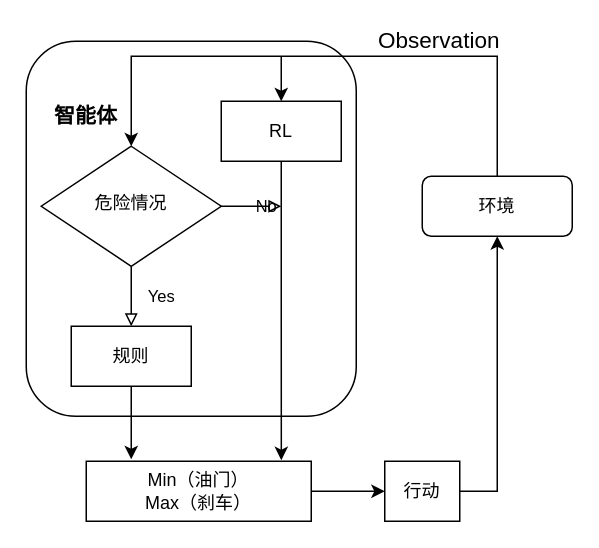
Above: Untitled Diagram.drawio in rainbow9981/hello-word (draw.io), before the change. Source tidied: cells renumbered, new cells numbered last; positions are measured from the earlier drawing's top-left corner, leaving out a move shared by most shapes. Both pictures are drawn from the tidied source at 150%, with x=0, y=0 at pixel (26, 40).
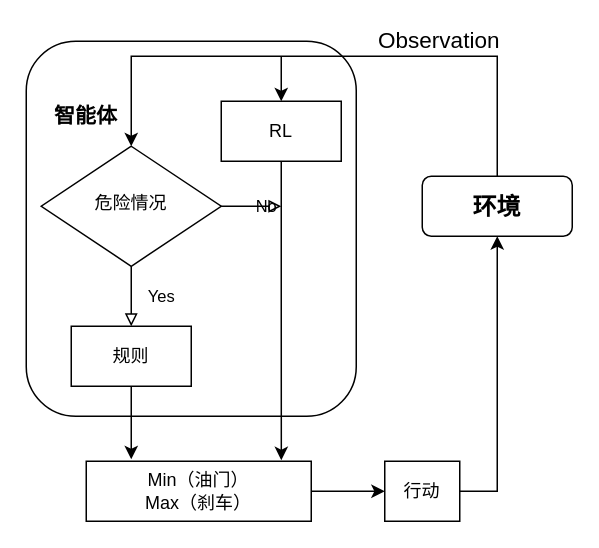
After the change.

Change to the diagram source:
```diff
@@
-    <mxCell id="9" value="环境" style="rounded=1;whiteSpace=wrap;html=1;fontSize=12;glass=0;strokeWidth=1;shadow=0;" parent="1" vertex="1">
+    <mxCell id="9" value="&lt;font style=&quot;font-size: 16px&quot;&gt;&lt;b&gt;环境&lt;/b&gt;&lt;/font&gt;" style="rounded=1;whiteSpace=wrap;html=1;fontSize=12;glass=0;strokeWidth=1;shadow=0;" parent="1" vertex="1">
       <mxGeometry x="264" y="90" width="100" height="40" as="geometry" />
     </mxCell>
```
